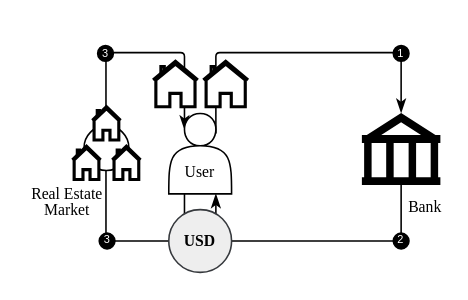
The draw.io diagram diagrams/financial_leverage.drawio in lyc0603/tvl-measurement, before the edit. Source tidied: cells renumbered, new cells numbered last; positions are measured from the earlier drawing's top-left corner, leaving out a move shared by most shapes. Both pictures are drawn from the tidied source at 157%, with x=0, y=0 at pixel (27, 46).
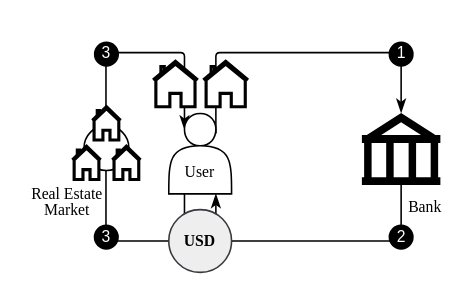
After the change.

Change to the diagram source:
```diff
@@
-    <mxCell id="16" value="&lt;p style=&quot;line-height: 270%;&quot;&gt;1&lt;/p&gt;" style="ellipse;whiteSpace=wrap;html=1;fontSize=7;labelBackgroundColor=none;fontColor=#FFFFFF;fillColor=#000000;align=center;" parent="1" vertex="1">
-      <mxGeometry x="233" y="-0.5" width="10" height="10" as="geometry" />
+    <mxCell id="16" value="&lt;p style=&quot;line-height: 270%;&quot;&gt;&lt;font style=&quot;font-size: 10px;&quot;&gt;1&lt;/font&gt;&lt;/p&gt;" style="ellipse;whiteSpace=wrap;html=1;fontSize=7;labelBackgroundColor=none;fontColor=#FFFFFF;fillColor=#000000;align=center;" parent="1" vertex="1">
+      <mxGeometry x="230.5" y="-2.5" width="15" height="15" as="geometry" />
     </mxCell>
-    <mxCell id="17" value="&lt;p style=&quot;line-height: 270%;&quot;&gt;2&lt;/p&gt;" style="ellipse;whiteSpace=wrap;html=1;fontSize=7;labelBackgroundColor=none;fontColor=#FFFFFF;fillColor=#000000;align=center;" parent="1" vertex="1">
-      <mxGeometry x="233" y="119" width="10" height="10" as="geometry" />
+    <mxCell id="17" value="&lt;p style=&quot;line-height: 270%;&quot;&gt;&lt;font style=&quot;font-size: 10px;&quot;&gt;2&lt;/font&gt;&lt;/p&gt;" style="ellipse;whiteSpace=wrap;html=1;fontSize=7;labelBackgroundColor=none;fontColor=#FFFFFF;fillColor=#000000;align=center;" parent="1" vertex="1">
+      <mxGeometry x="230.5" y="114" width="15" height="15" as="geometry" />
     </mxCell>
-    <mxCell id="18" value="&lt;p style=&quot;line-height: 270%;&quot;&gt;3&lt;/p&gt;" style="ellipse;whiteSpace=wrap;html=1;fontSize=7;labelBackgroundColor=none;fontColor=#FFFFFF;fillColor=#000000;align=center;" parent="1" vertex="1">
-      <mxGeometry x="45.7" y="119" width="10" height="10" as="geometry" />
-    </mxCell>
-    <mxCell id="19" value="&lt;p style=&quot;line-height: 270%;&quot;&gt;3&lt;/p&gt;" style="ellipse;whiteSpace=wrap;html=1;fontSize=7;labelBackgroundColor=none;fontColor=#FFFFFF;fillColor=#000000;align=center;" parent="1" vertex="1">
-      <mxGeometry x="44.7" y="-0.5" width="10" height="10" as="geometry" />
-    </mxCell>
+    <mxCell id="20" value="&lt;p style=&quot;line-height: 270%;&quot;&gt;&lt;font style=&quot;font-size: 10px;&quot;&gt;3&lt;/font&gt;&lt;/p&gt;" style="ellipse;whiteSpace=wrap;html=1;fontSize=7;labelBackgroundColor=none;fontColor=#FFFFFF;fillColor=#000000;align=center;" parent="1" vertex="1">
+      <mxGeometry x="42.7" y="114" width="15" height="15" as="geometry" />
+    </mxCell>
+    <mxCell id="21" value="&lt;p style=&quot;line-height: 270%;&quot;&gt;&lt;font style=&quot;font-size: 10px;&quot;&gt;3&lt;/font&gt;&lt;/p&gt;" style="ellipse;whiteSpace=wrap;html=1;fontSize=7;labelBackgroundColor=none;fontColor=#FFFFFF;fillColor=#000000;align=center;" parent="1" vertex="1">
+      <mxGeometry x="42.8" y="-2.5" width="15" height="15" as="geometry" />
+    </mxCell>
```
